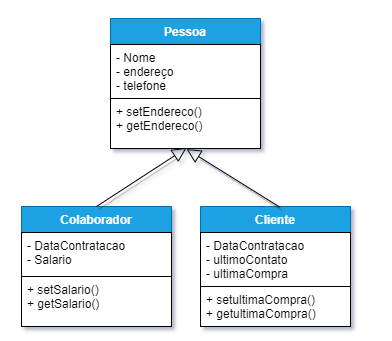
Above: EngSoftwareI/img/class1.png in frankalcantara/Aulas (draw.io), before the change. Source tidied: cells renumbered, new cells last; positions are measured from the earlier drawing's top-left corner, leaving out a move shared by most shapes.
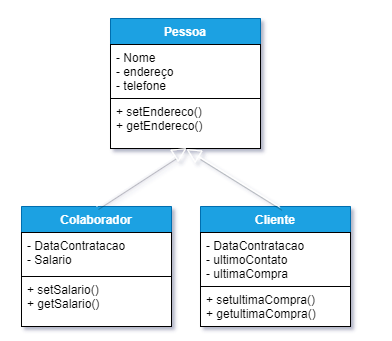
The same file after the commit.

The edit, as a diff of the source:
```diff
@@ -41,10 +41,10 @@
     <mxCell id="14" value="+ setEndereco()&#10;+ getEndereco()&#10;" style="text;align=left;verticalAlign=top;spacingLeft=4;spacingRight=4;overflow=hidden;points=[[0,0.5],[1,0.5]];portConstraint=eastwest;fillColor=#ffffff;strokeColor=#000000;" parent="12" vertex="1">
       <mxGeometry y="80" width="150" height="50" as="geometry" />
     </mxCell>
-    <mxCell id="15" style="endArrow=block;html=1;entryX=0.507;entryY=1.011;entryDx=0;entryDy=0;entryPerimeter=0;endFill=0;endSize=12;exitX=0.531;exitY=0.011;exitDx=0;exitDy=0;exitPerimeter=0;shadow=1;sketch=0;" parent="2" edge="1" source="5" target="14">
+    <mxCell id="15" style="endArrow=block;html=1;entryX=0.507;entryY=1.011;entryDx=0;entryDy=0;entryPerimeter=0;endFill=0;endSize=12;exitX=0.531;exitY=0.011;exitDx=0;exitDy=0;exitPerimeter=0;shadow=1;sketch=0;strokeColor=#FFFFFF;" parent="2" edge="1" source="5" target="14">
       <mxGeometry relative="1" as="geometry" />
     </mxCell>
-    <mxCell id="16" style="endArrow=block;html=1;entryX=0.507;entryY=0.989;entryDx=0;entryDy=0;entryPerimeter=0;exitX=0.5;exitY=0;exitDx=0;exitDy=0;endFill=0;endSize=12;shadow=1;sketch=0;" parent="2" edge="1" source="8" target="14">
+    <mxCell id="16" style="endArrow=block;html=1;entryX=0.507;entryY=0.989;entryDx=0;entryDy=0;entryPerimeter=0;exitX=0.5;exitY=0;exitDx=0;exitDy=0;endFill=0;endSize=12;shadow=1;sketch=0;strokeColor=#FFFFFF;" parent="2" edge="1" source="8" target="14">
       <mxGeometry relative="1" as="geometry" />
     </mxCell>
   </root>
```
